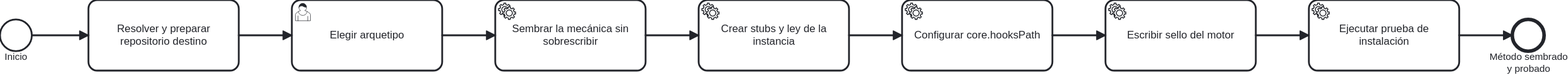
ArmandoMedina/jidoka keeps this BPMN diagram as docs/atlas/render/30-instalar-as-is.svg. Above is the earlier version. Its source is kept beside it as docs/atlas/30-instalacion/30-instalar-as-is.bpmn. Ids are renumbered. Its diagram source:
```xml
<bpmn:definitions xmlns:bpmn="http://www.omg.org/spec/BPMN/20100524/MODEL" xmlns:bpmndi="http://www.omg.org/spec/BPMN/20100524/DI" xmlns:dc="http://www.omg.org/spec/DD/20100524/DC" xmlns:di="http://www.omg.org/spec/DD/20100524/DI" xmlns:xsi="http://www.w3.org/2001/XMLSchema-instance" id="Definitions_30_Instalar" targetNamespace="https://github.com/ArmandoMedina/jidoka/process-atlas" exporter="OpenAI BPMN Atlas Generator" exporterVersion="0.2" xmlns:modeler="http://camunda.org/schema/modeler/1.0" modeler:executionPlatform="Camunda Platform" modeler:executionPlatformVersion="7.18.0">
  <bpmn:process id="Process_Instalar" name="Instalar Jidoka en un repositorio" isExecutable="false">
    <bpmn:documentation>Fuente: tools/instalar.ps1 y manifiesto de siembra</bpmn:documentation>
    <bpmn:startEvent id="Start" name="Inicio">
      <bpmn:outgoing>F_Start_Task_Destino</bpmn:outgoing>
    </bpmn:startEvent>
    <bpmn:task id="Task_Destino" name="Resolver y preparar repositorio destino">
      <bpmn:incoming>F_Start_Task_Destino</bpmn:incoming>
      <bpmn:outgoing>F_Task_Destino_Task_Arquetipo</bpmn:outgoing>
    </bpmn:task>
    <bpmn:sequenceFlow id="F_Start_Task_Destino" sourceRef="Start" targetRef="Task_Destino"/>
    <bpmn:userTask id="Task_Arquetipo" name="Elegir arquetipo">
      <bpmn:incoming>F_Task_Destino_Task_Arquetipo</bpmn:incoming>
      <bpmn:outgoing>F_Task_Arquetipo_Task_Sembrar</bpmn:outgoing>
    </bpmn:userTask>
    <bpmn:sequenceFlow id="F_Task_Destino_Task_Arquetipo" sourceRef="Task_Destino" targetRef="Task_Arquetipo"/>
    <bpmn:serviceTask id="Task_Sembrar" name="Sembrar la mecánica sin sobrescribir">
      <bpmn:incoming>F_Task_Arquetipo_Task_Sembrar</bpmn:incoming>
      <bpmn:outgoing>F_Task_Sembrar_Task_Instancia</bpmn:outgoing>
    </bpmn:serviceTask>
    <bpmn:sequenceFlow id="F_Task_Arquetipo_Task_Sembrar" sourceRef="Task_Arquetipo" targetRef="Task_Sembrar"/>
    <bpmn:serviceTask id="Task_Instancia" name="Crear stubs y ley de la instancia">
      <bpmn:incoming>F_Task_Sembrar_Task_Instancia</bpmn:incoming>
      <bpmn:outgoing>F_Task_Instancia_Task_Hooks</bpmn:outgoing>
    </bpmn:serviceTask>
    <bpmn:sequenceFlow id="F_Task_Sembrar_Task_Instancia" sourceRef="Task_Sembrar" targetRef="Task_Instancia"/>
    <bpmn:serviceTask id="Task_Hooks" name="Configurar core.hooksPath">
      <bpmn:incoming>F_Task_Instancia_Task_Hooks</bpmn:incoming>
      <bpmn:outgoing>F_Task_Hooks_Task_Sello</bpmn:outgoing>
    </bpmn:serviceTask>
    <bpmn:sequenceFlow id="F_Task_Instancia_Task_Hooks" sourceRef="Task_Instancia" targetRef="Task_Hooks"/>
    <bpmn:serviceTask id="Task_Sello" name="Escribir sello del motor">
      <bpmn:incoming>F_Task_Hooks_Task_Sello</bpmn:incoming>
      <bpmn:outgoing>F_Task_Sello_Task_Smoke</bpmn:outgoing>
    </bpmn:serviceTask>
    <bpmn:sequenceFlow id="F_Task_Hooks_Task_Sello" sourceRef="Task_Hooks" targetRef="Task_Sello"/>
    <bpmn:serviceTask id="Task_Smoke" name="Ejecutar prueba de instalación">
      <bpmn:incoming>F_Task_Sello_Task_Smoke</bpmn:incoming>
      <bpmn:outgoing>F_Task_Smoke_End</bpmn:outgoing>
    </bpmn:serviceTask>
    <bpmn:sequenceFlow id="F_Task_Sello_Task_Smoke" sourceRef="Task_Sello" targetRef="Task_Smoke"/>
    <bpmn:endEvent id="End" name="Método sembrado y probado">
      <bpmn:incoming>F_Task_Smoke_End</bpmn:incoming>
    </bpmn:endEvent>
    <bpmn:sequenceFlow id="F_Task_Smoke_End" sourceRef="Task_Smoke" targetRef="End"/>
  </bpmn:process>
  <bpmndi:BPMNDiagram id="Diagram_30_Instalar">
    <bpmndi:BPMNPlane id="Plane_Diagram_30_Instalar" bpmnElement="Process_Instalar">
      <bpmndi:BPMNShape id="Shape_Start" bpmnElement="Start">
        <dc:Bounds x="80" y="220" width="36" height="36"/>
      </bpmndi:BPMNShape>
      <bpmndi:BPMNShape id="Shape_Task_Destino" bpmnElement="Task_Destino">
        <dc:Bounds x="180" y="198" width="170" height="80"/>
      </bpmndi:BPMNShape>
      <bpmndi:BPMNEdge id="Edge_F_Start_Task_Destino" bpmnElement="F_Start_Task_Destino">
        <di:waypoint x="116" y="238"/>
        <di:waypoint x="180" y="238"/>
      </bpmndi:BPMNEdge>
      <bpmndi:BPMNShape id="Shape_Task_Arquetipo" bpmnElement="Task_Arquetipo">
        <dc:Bounds x="410" y="198" width="170" height="80"/>
      </bpmndi:BPMNShape>
      <bpmndi:BPMNEdge id="Edge_F_Task_Destino_Task_Arquetipo" bpmnElement="F_Task_Destino_Task_Arquetipo">
        <di:waypoint x="350" y="238"/>
        <di:waypoint x="410" y="238"/>
      </bpmndi:BPMNEdge>
      <bpmndi:BPMNShape id="Shape_Task_Sembrar" bpmnElement="Task_Sembrar">
        <dc:Bounds x="640" y="198" width="170" height="80"/>
      </bpmndi:BPMNShape>
      <bpmndi:BPMNEdge id="Edge_F_Task_Arquetipo_Task_Sembrar" bpmnElement="F_Task_Arquetipo_Task_Sembrar">
        <di:waypoint x="580" y="238"/>
        <di:waypoint x="640" y="238"/>
      </bpmndi:BPMNEdge>
      <bpmndi:BPMNShape id="Shape_Task_Instancia" bpmnElement="Task_Instancia">
        <dc:Bounds x="870" y="198" width="170" height="80"/>
      </bpmndi:BPMNShape>
      <bpmndi:BPMNEdge id="Edge_F_Task_Sembrar_Task_Instancia" bpmnElement="F_Task_Sembrar_Task_Instancia">
        <di:waypoint x="810" y="238"/>
        <di:waypoint x="870" y="238"/>
      </bpmndi:BPMNEdge>
      <bpmndi:BPMNShape id="Shape_Task_Hooks" bpmnElement="Task_Hooks">
        <dc:Bounds x="1100" y="198" width="170" height="80"/>
      </bpmndi:BPMNShape>
      <bpmndi:BPMNEdge id="Edge_F_Task_Instancia_Task_Hooks" bpmnElement="F_Task_Instancia_Task_Hooks">
        <di:waypoint x="1040" y="238"/>
        <di:waypoint x="1100" y="238"/>
      </bpmndi:BPMNEdge>
      <bpmndi:BPMNShape id="Shape_Task_Sello" bpmnElement="Task_Sello">
        <dc:Bounds x="1330" y="198" width="170" height="80"/>
      </bpmndi:BPMNShape>
      <bpmndi:BPMNEdge id="Edge_F_Task_Hooks_Task_Sello" bpmnElement="F_Task_Hooks_Task_Sello">
        <di:waypoint x="1270" y="238"/>
        <di:waypoint x="1330" y="238"/>
      </bpmndi:BPMNEdge>
      <bpmndi:BPMNShape id="Shape_Task_Smoke" bpmnElement="Task_Smoke">
        <dc:Bounds x="1560" y="198" width="170" height="80"/>
      </bpmndi:BPMNShape>
      <bpmndi:BPMNEdge id="Edge_F_Task_Sello_Task_Smoke" bpmnElement="F_Task_Sello_Task_Smoke">
        <di:waypoint x="1500" y="238"/>
        <di:waypoint x="1560" y="238"/>
      </bpmndi:BPMNEdge>
      <bpmndi:BPMNShape id="Shape_End" bpmnElement="End">
        <dc:Bounds x="1790" y="220" width="36" height="36"/>
      </bpmndi:BPMNShape>
      <bpmndi:BPMNEdge id="Edge_F_Task_Smoke_End" bpmnElement="F_Task_Smoke_End">
        <di:waypoint x="1730" y="238"/>
        <di:waypoint x="1790" y="238"/>
      </bpmndi:BPMNEdge>
    </bpmndi:BPMNPlane>
  </bpmndi:BPMNDiagram>
</bpmn:definitions>
```
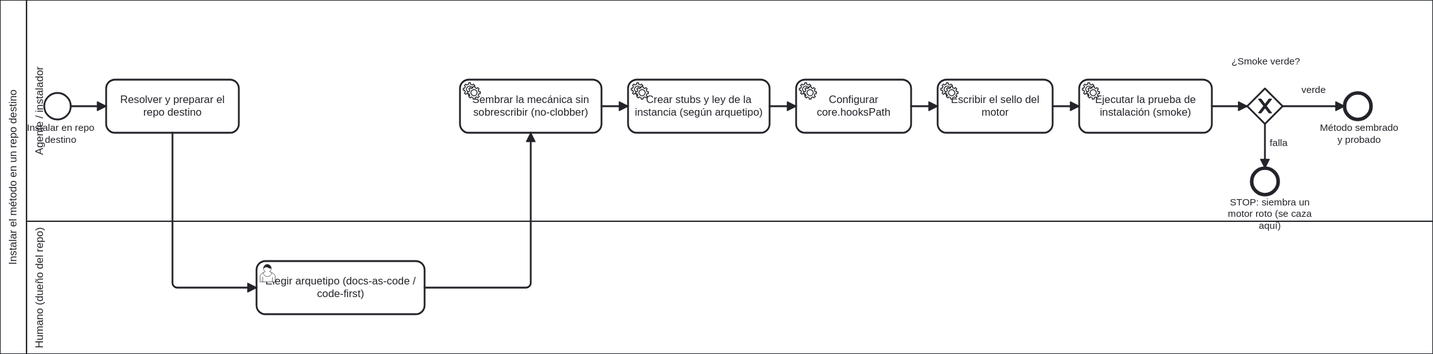
After the commit.

Change to the diagram source:
```diff
@@ -1,109 +1,168 @@
-<bpmn:definitions xmlns:bpmn="http://www.omg.org/spec/BPMN/20100524/MODEL" xmlns:bpmndi="http://www.omg.org/spec/BPMN/20100524/DI" xmlns:dc="http://www.omg.org/spec/DD/20100524/DC" xmlns:di="http://www.omg.org/spec/DD/20100524/DI" xmlns:xsi="http://www.w3.org/2001/XMLSchema-instance" id="Definitions_30_Instalar" targetNamespace="https://github.com/ArmandoMedina/jidoka/process-atlas" exporter="OpenAI BPMN Atlas Generator" exporterVersion="0.2" xmlns:modeler="http://camunda.org/schema/modeler/1.0" modeler:executionPlatform="Camunda Platform" modeler:executionPlatformVersion="7.18.0">
-  <bpmn:process id="Process_Instalar" name="Instalar Jidoka en un repositorio" isExecutable="false">
-    <bpmn:documentation>Fuente: tools/instalar.ps1 y manifiesto de siembra</bpmn:documentation>
-    <bpmn:startEvent id="Start" name="Inicio">
-      <bpmn:outgoing>F_Start_Task_Destino</bpmn:outgoing>
+<bpmn:definitions xmlns:bpmn="http://www.omg.org/spec/BPMN/20100524/MODEL" xmlns:bpmndi="http://www.omg.org/spec/BPMN/20100524/DI" xmlns:dc="http://www.omg.org/spec/DD/20100524/DC" xmlns:di="http://www.omg.org/spec/DD/20100524/DI" xmlns:xsi="http://www.w3.org/2001/XMLSchema-instance" id="Definitions_30_Instalar" targetNamespace="https://github.com/ArmandoMedina/jidoka/process-atlas" exporter="Jidoka Atlas" exporterVersion="0.3" xmlns:modeler="http://camunda.org/schema/modeler/1.0" modeler:executionPlatform="Camunda Platform" modeler:executionPlatformVersion="7.18.0">
+  <bpmn:collaboration id="Collab_Instalar">
+    <bpmn:participant id="Pool_Instalar" name="Instalar el método en un repo destino" processRef="Process_Instalar"/>
+  </bpmn:collaboration>
+  <bpmn:process id="Process_Instalar" name="Instalar: sembrar la mecánica sin duplicar la ley (no-clobber)" isExecutable="false">
+    <bpmn:documentation>Fuente: tools/instalar.ps1 y el manifiesto de siembra (kit/.jidoka/instalar). Carriles: el Agente siembra; el Humano elige el arquetipo.</bpmn:documentation>
+    <bpmn:laneSet id="LaneSet_Instalar">
+      <bpmn:lane id="Lane_Agente" name="Agente / instalador">
+        <bpmn:flowNodeRef>Start</bpmn:flowNodeRef>
+        <bpmn:flowNodeRef>T_Destino</bpmn:flowNodeRef>
+        <bpmn:flowNodeRef>T_Sembrar</bpmn:flowNodeRef>
+        <bpmn:flowNodeRef>T_Instancia</bpmn:flowNodeRef>
+        <bpmn:flowNodeRef>T_Hooks</bpmn:flowNodeRef>
+        <bpmn:flowNodeRef>T_Sello</bpmn:flowNodeRef>
+        <bpmn:flowNodeRef>T_Smoke</bpmn:flowNodeRef>
+        <bpmn:flowNodeRef>Gw_Smoke</bpmn:flowNodeRef>
+        <bpmn:flowNodeRef>End</bpmn:flowNodeRef>
+        <bpmn:flowNodeRef>End_Roto</bpmn:flowNodeRef>
+      </bpmn:lane>
+      <bpmn:lane id="Lane_Humano" name="Humano (dueño del repo)">
+        <bpmn:flowNodeRef>U_Arquetipo</bpmn:flowNodeRef>
+      </bpmn:lane>
+    </bpmn:laneSet>
+    <bpmn:startEvent id="Start" name="Instalar en repo destino">
+      <bpmn:outgoing>f1</bpmn:outgoing>
     </bpmn:startEvent>
-    <bpmn:task id="Task_Destino" name="Resolver y preparar repositorio destino">
-      <bpmn:incoming>F_Start_Task_Destino</bpmn:incoming>
-      <bpmn:outgoing>F_Task_Destino_Task_Arquetipo</bpmn:outgoing>
+    <bpmn:task id="T_Destino" name="Resolver y preparar el repo destino">
+      <bpmn:incoming>f1</bpmn:incoming>
+      <bpmn:outgoing>f2</bpmn:outgoing>
     </bpmn:task>
-    <bpmn:sequenceFlow id="F_Start_Task_Destino" sourceRef="Start" targetRef="Task_Destino"/>
-    <bpmn:userTask id="Task_Arquetipo" name="Elegir arquetipo">
-      <bpmn:incoming>F_Task_Destino_Task_Arquetipo</bpmn:incoming>
-      <bpmn:outgoing>F_Task_Arquetipo_Task_Sembrar</bpmn:outgoing>
+    <bpmn:userTask id="U_Arquetipo" name="Elegir arquetipo (docs-as-code / code-first)">
+      <bpmn:incoming>f2</bpmn:incoming>
+      <bpmn:outgoing>f3</bpmn:outgoing>
     </bpmn:userTask>
-    <bpmn:sequenceFlow id="F_Task_Destino_Task_Arquetipo" sourceRef="Task_Destino" targetRef="Task_Arquetipo"/>
-    <bpmn:serviceTask id="Task_Sembrar" name="Sembrar la mecánica sin sobrescribir">
-      <bpmn:incoming>F_Task_Arquetipo_Task_Sembrar</bpmn:incoming>
-      <bpmn:outgoing>F_Task_Sembrar_Task_Instancia</bpmn:outgoing>
+    <bpmn:serviceTask id="T_Sembrar" name="Sembrar la mecánica sin sobrescribir (no-clobber)">
+      <bpmn:incoming>f3</bpmn:incoming>
+      <bpmn:outgoing>f4</bpmn:outgoing>
     </bpmn:serviceTask>
-    <bpmn:sequenceFlow id="F_Task_Arquetipo_Task_Sembrar" sourceRef="Task_Arquetipo" targetRef="Task_Sembrar"/>
-    <bpmn:serviceTask id="Task_Instancia" name="Crear stubs y ley de la instancia">
-      <bpmn:incoming>F_Task_Sembrar_Task_Instancia</bpmn:incoming>
-      <bpmn:outgoing>F_Task_Instancia_Task_Hooks</bpmn:outgoing>
+    <bpmn:serviceTask id="T_Instancia" name="Crear stubs y ley de la instancia (según arquetipo)">
+      <bpmn:incoming>f4</bpmn:incoming>
+      <bpmn:outgoing>f5</bpmn:outgoing>
     </bpmn:serviceTask>
-    <bpmn:sequenceFlow id="F_Task_Sembrar_Task_Instancia" sourceRef="Task_Sembrar" targetRef="Task_Instancia"/>
-    <bpmn:serviceTask id="Task_Hooks" name="Configurar core.hooksPath">
-      <bpmn:incoming>F_Task_Instancia_Task_Hooks</bpmn:incoming>
-      <bpmn:outgoing>F_Task_Hooks_Task_Sello</bpmn:outgoing>
+    <bpmn:serviceTask id="T_Hooks" name="Configurar core.hooksPath">
+      <bpmn:incoming>f5</bpmn:incoming>
+      <bpmn:outgoing>f6</bpmn:outgoing>
     </bpmn:serviceTask>
-    <bpmn:sequenceFlow id="F_Task_Instancia_Task_Hooks" sourceRef="Task_Instancia" targetRef="Task_Hooks"/>
-    <bpmn:serviceTask id="Task_Sello" name="Escribir sello del motor">
-      <bpmn:incoming>F_Task_Hooks_Task_Sello</bpmn:incoming>
-      <bpmn:outgoing>F_Task_Sello_Task_Smoke</bpmn:outgoing>
+    <bpmn:serviceTask id="T_Sello" name="Escribir el sello del motor">
+      <bpmn:incoming>f6</bpmn:incoming>
+      <bpmn:outgoing>f7</bpmn:outgoing>
     </bpmn:serviceTask>
-    <bpmn:sequenceFlow id="F_Task_Hooks_Task_Sello" sourceRef="Task_Hooks" targetRef="Task_Sello"/>
-    <bpmn:serviceTask id="Task_Smoke" name="Ejecutar prueba de instalación">
-      <bpmn:incoming>F_Task_Sello_Task_Smoke</bpmn:incoming>
-      <bpmn:outgoing>F_Task_Smoke_End</bpmn:outgoing>
+    <bpmn:serviceTask id="T_Smoke" name="Ejecutar la prueba de instalación (smoke)">
+      <bpmn:incoming>f7</bpmn:incoming>
+      <bpmn:outgoing>f8</bpmn:outgoing>
     </bpmn:serviceTask>
-    <bpmn:sequenceFlow id="F_Task_Sello_Task_Smoke" sourceRef="Task_Sello" targetRef="Task_Smoke"/>
+    <bpmn:exclusiveGateway id="Gw_Smoke" name="¿Smoke verde?">
+      <bpmn:incoming>f8</bpmn:incoming>
+      <bpmn:outgoing>f_verde</bpmn:outgoing>
+      <bpmn:outgoing>f_roto</bpmn:outgoing>
+    </bpmn:exclusiveGateway>
     <bpmn:endEvent id="End" name="Método sembrado y probado">
-      <bpmn:incoming>F_Task_Smoke_End</bpmn:incoming>
+      <bpmn:incoming>f_verde</bpmn:incoming>
     </bpmn:endEvent>
-    <bpmn:sequenceFlow id="F_Task_Smoke_End" sourceRef="Task_Smoke" targetRef="End"/>
+    <bpmn:endEvent id="End_Roto" name="STOP: siembra un motor roto (se caza aquí)">
+      <bpmn:incoming>f_roto</bpmn:incoming>
+    </bpmn:endEvent>
+    <bpmn:sequenceFlow id="f1" sourceRef="Start" targetRef="T_Destino"/>
+    <bpmn:sequenceFlow id="f2" sourceRef="T_Destino" targetRef="U_Arquetipo"/>
+    <bpmn:sequenceFlow id="f3" sourceRef="U_Arquetipo" targetRef="T_Sembrar"/>
+    <bpmn:sequenceFlow id="f4" sourceRef="T_Sembrar" targetRef="T_Instancia"/>
+    <bpmn:sequenceFlow id="f5" sourceRef="T_Instancia" targetRef="T_Hooks"/>
+    <bpmn:sequenceFlow id="f6" sourceRef="T_Hooks" targetRef="T_Sello"/>
+    <bpmn:sequenceFlow id="f7" sourceRef="T_Sello" targetRef="T_Smoke"/>
+    <bpmn:sequenceFlow id="f8" sourceRef="T_Smoke" targetRef="Gw_Smoke"/>
+    <bpmn:sequenceFlow id="f_verde" name="verde" sourceRef="Gw_Smoke" targetRef="End"/>
+    <bpmn:sequenceFlow id="f_roto" name="falla" sourceRef="Gw_Smoke" targetRef="End_Roto"/>
   </bpmn:process>
   <bpmndi:BPMNDiagram id="Diagram_30_Instalar">
-    <bpmndi:BPMNPlane id="Plane_Diagram_30_Instalar" bpmnElement="Process_Instalar">
-      <bpmndi:BPMNShape id="Shape_Start" bpmnElement="Start">
-        <dc:Bounds x="80" y="220" width="36" height="36"/>
+    <bpmndi:BPMNPlane id="Plane_30_Instalar" bpmnElement="Collab_Instalar">
+      <bpmndi:BPMNShape id="S_Pool" bpmnElement="Pool_Instalar" isHorizontal="true">
+        <dc:Bounds x="160" y="80" width="1620" height="400"/>
       </bpmndi:BPMNShape>
-      <bpmndi:BPMNShape id="Shape_Task_Destino" bpmnElement="Task_Destino">
-        <dc:Bounds x="180" y="198" width="170" height="80"/>
+      <bpmndi:BPMNShape id="S_LaneA" bpmnElement="Lane_Agente" isHorizontal="true">
+        <dc:Bounds x="190" y="80" width="1590" height="250"/>
       </bpmndi:BPMNShape>
-      <bpmndi:BPMNEdge id="Edge_F_Start_Task_Destino" bpmnElement="F_Start_Task_Destino">
-        <di:waypoint x="116" y="238"/>
-        <di:waypoint x="180" y="238"/>
+      <bpmndi:BPMNShape id="S_LaneH" bpmnElement="Lane_Humano" isHorizontal="true">
+        <dc:Bounds x="190" y="330" width="1590" height="150"/>
+      </bpmndi:BPMNShape>
+      <bpmndi:BPMNShape id="S_Start" bpmnElement="Start">
+        <dc:Bounds x="210" y="185" width="30" height="30"/>
+        <bpmndi:BPMNLabel><dc:Bounds x="186" y="218" width="84" height="27"/></bpmndi:BPMNLabel>
+      </bpmndi:BPMNShape>
+      <bpmndi:BPMNShape id="S_TDestino" bpmnElement="T_Destino">
+        <dc:Bounds x="280" y="170" width="150" height="60"/>
+      </bpmndi:BPMNShape>
+      <bpmndi:BPMNShape id="S_UArquetipo" bpmnElement="U_Arquetipo">
+        <dc:Bounds x="450" y="375" width="190" height="60"/>
+      </bpmndi:BPMNShape>
+      <bpmndi:BPMNShape id="S_TSembrar" bpmnElement="T_Sembrar">
+        <dc:Bounds x="680" y="170" width="160" height="60"/>
+      </bpmndi:BPMNShape>
+      <bpmndi:BPMNShape id="S_TInstancia" bpmnElement="T_Instancia">
+        <dc:Bounds x="870" y="170" width="160" height="60"/>
+      </bpmndi:BPMNShape>
+      <bpmndi:BPMNShape id="S_THooks" bpmnElement="T_Hooks">
+        <dc:Bounds x="1060" y="170" width="130" height="60"/>
+      </bpmndi:BPMNShape>
+      <bpmndi:BPMNShape id="S_TSello" bpmnElement="T_Sello">
+        <dc:Bounds x="1220" y="170" width="130" height="60"/>
+      </bpmndi:BPMNShape>
+      <bpmndi:BPMNShape id="S_TSmoke" bpmnElement="T_Smoke">
+        <dc:Bounds x="1380" y="170" width="150" height="60"/>
+      </bpmndi:BPMNShape>
+      <bpmndi:BPMNShape id="S_GwSmoke" bpmnElement="Gw_Smoke" isMarkerVisible="true">
+        <dc:Bounds x="1570" y="180" width="40" height="40"/>
+        <bpmndi:BPMNLabel><dc:Bounds x="1558" y="143" width="66" height="27"/></bpmndi:BPMNLabel>
+      </bpmndi:BPMNShape>
+      <bpmndi:BPMNShape id="S_End" bpmnElement="End">
+        <dc:Bounds x="1680" y="185" width="30" height="30"/>
+        <bpmndi:BPMNLabel><dc:Bounds x="1655" y="218" width="82" height="27"/></bpmndi:BPMNLabel>
+      </bpmndi:BPMNShape>
+      <bpmndi:BPMNShape id="S_EndRoto" bpmnElement="End_Roto">
+        <dc:Bounds x="1575" y="270" width="30" height="30"/>
+        <bpmndi:BPMNLabel><dc:Bounds x="1545" y="302" width="100" height="27"/></bpmndi:BPMNLabel>
+      </bpmndi:BPMNShape>
+      <bpmndi:BPMNEdge id="E_f1" bpmnElement="f1">
+        <di:waypoint x="240" y="200"/>
+        <di:waypoint x="280" y="200"/>
       </bpmndi:BPMNEdge>
-      <bpmndi:BPMNShape id="Shape_Task_Arquetipo" bpmnElement="Task_Arquetipo">
-        <dc:Bounds x="410" y="198" width="170" height="80"/>
-      </bpmndi:BPMNShape>
-      <bpmndi:BPMNEdge id="Edge_F_Task_Destino_Task_Arquetipo" bpmnElement="F_Task_Destino_Task_Arquetipo">
-        <di:waypoint x="350" y="238"/>
-        <di:waypoint x="410" y="238"/>
+      <bpmndi:BPMNEdge id="E_f2" bpmnElement="f2">
+        <di:waypoint x="355" y="230"/>
+        <di:waypoint x="355" y="405"/>
+        <di:waypoint x="450" y="405"/>
       </bpmndi:BPMNEdge>
-      <bpmndi:BPMNShape id="Shape_Task_Sembrar" bpmnElement="Task_Sembrar">
-        <dc:Bounds x="640" y="198" width="170" height="80"/>
-      </bpmndi:BPMNShape>
-      <bpmndi:BPMNEdge id="Edge_F_Task_Arquetipo_Task_Sembrar" bpmnElement="F_Task_Arquetipo_Task_Sembrar">
-        <di:waypoint x="580" y="238"/>
-        <di:waypoint x="640" y="238"/>
+      <bpmndi:BPMNEdge id="E_f3" bpmnElement="f3">
+        <di:waypoint x="640" y="405"/>
+        <di:waypoint x="760" y="405"/>
+        <di:waypoint x="760" y="230"/>
       </bpmndi:BPMNEdge>
-      <bpmndi:BPMNShape id="Shape_Task_Instancia" bpmnElement="Task_Instancia">
-        <dc:Bounds x="870" y="198" width="170" height="80"/>
-      </bpmndi:BPMNShape>
-      <bpmndi:BPMNEdge id="Edge_F_Task_Sembrar_Task_Instancia" bpmnElement="F_Task_Sembrar_Task_Instancia">
-        <di:waypoint x="810" y="238"/>
-        <di:waypoint x="870" y="238"/>
+      <bpmndi:BPMNEdge id="E_f4" bpmnElement="f4">
+        <di:waypoint x="840" y="200"/>
+        <di:waypoint x="870" y="200"/>
       </bpmndi:BPMNEdge>
-      <bpmndi:BPMNShape id="Shape_Task_Hooks" bpmnElement="Task_Hooks">
-        <dc:Bounds x="1100" y="198" width="170" height="80"/>
-      </bpmndi:BPMNShape>
-      <bpmndi:BPMNEdge id="Edge_F_Task_Instancia_Task_Hooks" bpmnElement="F_Task_Instancia_Task_Hooks">
-        <di:waypoint x="1040" y="238"/>
-        <di:waypoint x="1100" y="238"/>
+      <bpmndi:BPMNEdge id="E_f5" bpmnElement="f5">
+        <di:waypoint x="1030" y="200"/>
+        <di:waypoint x="1060" y="200"/>
       </bpmndi:BPMNEdge>
-      <bpmndi:BPMNShape id="Shape_Task_Sello" bpmnElement="Task_Sello">
-        <dc:Bounds x="1330" y="198" width="170" height="80"/>
-      </bpmndi:BPMNShape>
-      <bpmndi:BPMNEdge id="Edge_F_Task_Hooks_Task_Sello" bpmnElement="F_Task_Hooks_Task_Sello">
-        <di:waypoint x="1270" y="238"/>
-        <di:waypoint x="1330" y="238"/>
+      <bpmndi:BPMNEdge id="E_f6" bpmnElement="f6">
+        <di:waypoint x="1190" y="200"/>
+        <di:waypoint x="1220" y="200"/>
       </bpmndi:BPMNEdge>
-      <bpmndi:BPMNShape id="Shape_Task_Smoke" bpmnElement="Task_Smoke">
-        <dc:Bounds x="1560" y="198" width="170" height="80"/>
-      </bpmndi:BPMNShape>
-      <bpmndi:BPMNEdge id="Edge_F_Task_Sello_Task_Smoke" bpmnElement="F_Task_Sello_Task_Smoke">
-        <di:waypoint x="1500" y="238"/>
-        <di:waypoint x="1560" y="238"/>
+      <bpmndi:BPMNEdge id="E_f7" bpmnElement="f7">
+        <di:waypoint x="1350" y="200"/>
+        <di:waypoint x="1380" y="200"/>
       </bpmndi:BPMNEdge>
-      <bpmndi:BPMNShape id="Shape_End" bpmnElement="End">
-        <dc:Bounds x="1790" y="220" width="36" height="36"/>
-      </bpmndi:BPMNShape>
-      <bpmndi:BPMNEdge id="Edge_F_Task_Smoke_End" bpmnElement="F_Task_Smoke_End">
-        <di:waypoint x="1730" y="238"/>
-        <di:waypoint x="1790" y="238"/>
+      <bpmndi:BPMNEdge id="E_f8" bpmnElement="f8">
+        <di:waypoint x="1530" y="200"/>
+        <di:waypoint x="1570" y="200"/>
+      </bpmndi:BPMNEdge>
+      <bpmndi:BPMNEdge id="E_f_verde" bpmnElement="f_verde">
+        <di:waypoint x="1610" y="200"/>
+        <di:waypoint x="1680" y="200"/>
+      </bpmndi:BPMNEdge>
+      <bpmndi:BPMNEdge id="E_f_roto" bpmnElement="f_roto">
+        <di:waypoint x="1590" y="220"/>
+        <di:waypoint x="1590" y="270"/>
       </bpmndi:BPMNEdge>
     </bpmndi:BPMNPlane>
   </bpmndi:BPMNDiagram>
```
